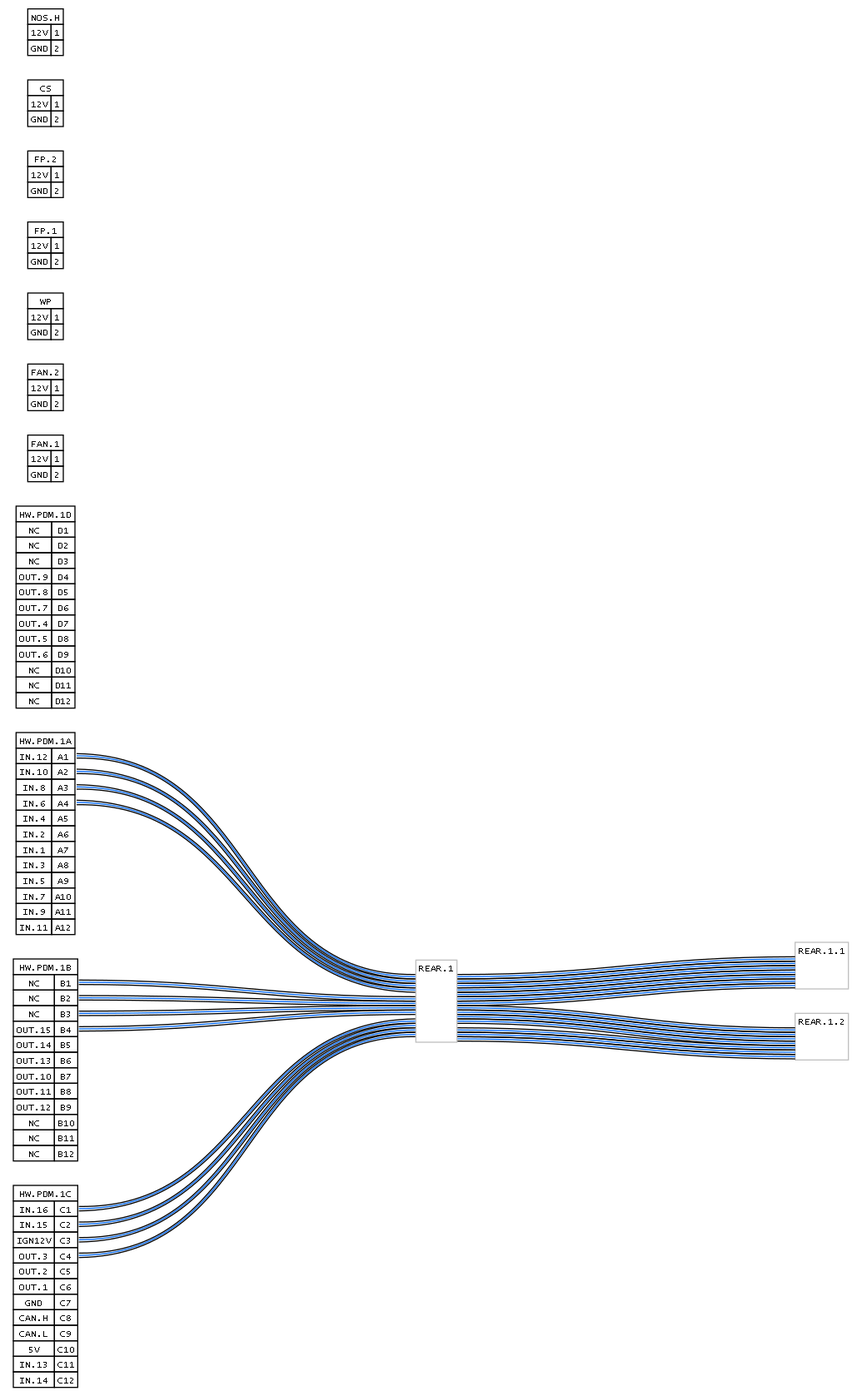
Above: out.gv.png in cmjdev/wiregen (Graphviz), before the change. Its source is kept beside it as out.gv.
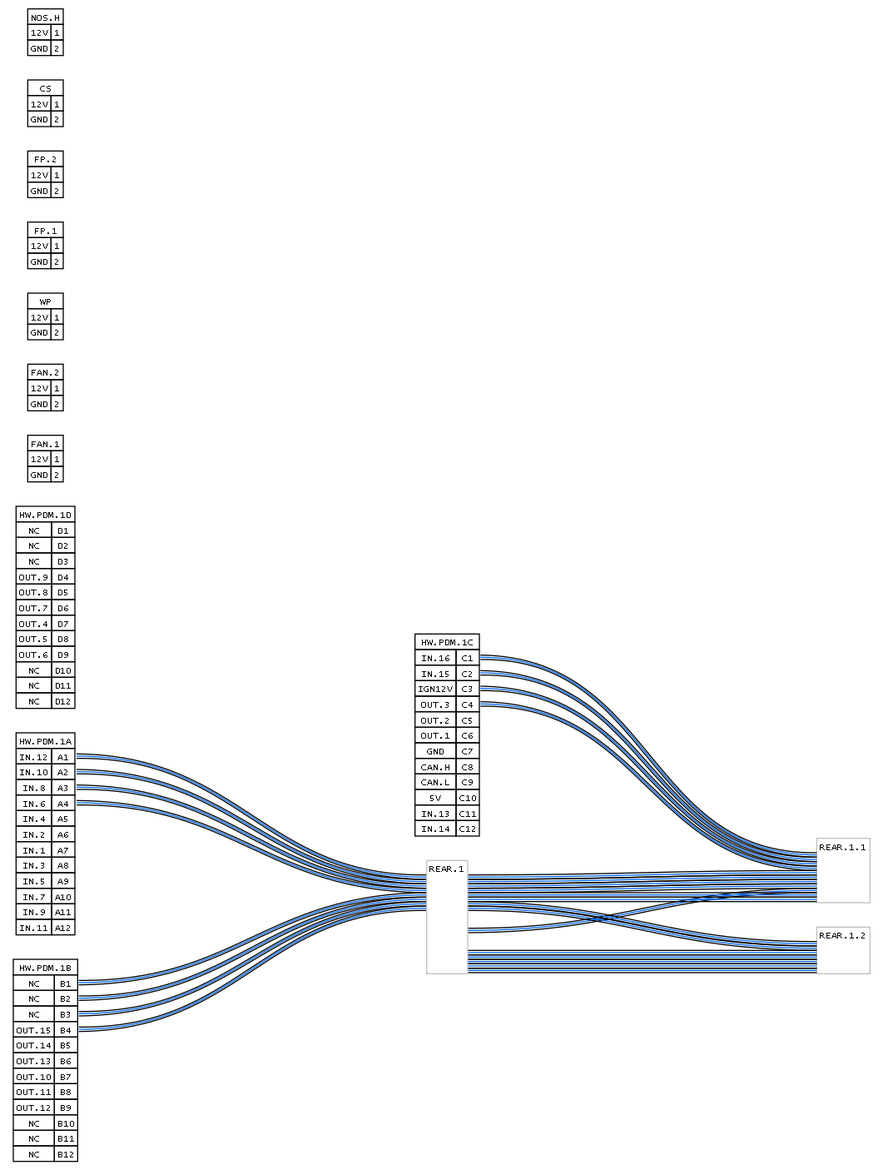
Above is the later version.

What changed in the source:
```diff
@@ -14,8 +14,8 @@
 "FP.2" [label = <<TABLE border="0" cellspacing="0" cellborder="1"><TR><TD colspan="2">FP.2</TD></TR><TR><TD PORT="1L">12V</TD><TD PORT="1R">1</TD></TR><TR><TD PORT="2L">GND</TD><TD PORT="2R">2</TD></TR></TABLE>>];
 "CS" [label = <<TABLE border="0" cellspacing="0" cellborder="1"><TR><TD colspan="2">CS</TD></TR><TR><TD PORT="1L">12V</TD><TD PORT="1R">1</TD></TR><TR><TD PORT="2L">GND</TD><TD PORT="2R">2</TD></TR></TABLE>>];
 "NOS.H" [label = <<TABLE border="0" cellspacing="0" cellborder="1"><TR><TD colspan="2">NOS.H</TD></TR><TR><TD PORT="1L">12V</TD><TD PORT="1R">1</TD></TR><TR><TD PORT="2L">GND</TD><TD PORT="2R">2</TD></TR></TABLE>>];
-"REAR.1" [label = <<TABLE border="1" cellspacing="0" color="grey" cellborder="0"><TR><TD colspan="2">REAR.1</TD></TR><TR><TD PORT="0L"></TD><TD PORT="0R"></TD></TR><TR><TD PORT="1L"></TD><TD PORT="1R"></TD></TR><TR><TD PORT="2L"></TD><TD PORT="2R"></TD></TR><TR><TD PORT="3L"></TD><TD PORT="3R"></TD></TR><TR><TD PORT="4L"></TD><TD PORT="4R"></TD></TR><TR><TD PORT="5L"></TD><TD PORT="5R"></TD></TR><TR><TD PORT="6L"></TD><TD PORT="6R"></TD></TR><TR><TD PORT="7L"></TD><TD PORT="7R"></TD></TR><TR><TD PORT="8L"></TD><TD PORT="8R"></TD></TR><TR><TD PORT="9L"></TD><TD PORT="9R"></TD></TR><TR><TD PORT="10L"></TD><TD PORT="10R"></TD></TR><TR><TD PORT="11L"></TD><TD PORT="11R"></TD></TR><TR><TD PORT="12L"></TD><TD PORT="12R"></TD></TR><TR><TD PORT="13L"></TD><TD PORT="13R"></TD></TR><TR><TD PORT="14L"></TD><TD PORT="14R"></TD></TR></TABLE>>];
-"REAR.1.1" [label = <<TABLE border="1" cellspacing="0" color="grey" cellborder="0"><TR><TD colspan="2">REAR.1.1</TD></TR><TR><TD PORT="0L"></TD><TD PORT="0R"></TD></TR><TR><TD PORT="1L"></TD><TD PORT="1R"></TD></TR><TR><TD PORT="2L"></TD><TD PORT="2R"></TD></TR><TR><TD PORT="3L"></TD><TD PORT="3R"></TD></TR><TR><TD PORT="4L"></TD><TD PORT="4R"></TD></TR><TR><TD PORT="5L"></TD><TD PORT="5R"></TD></TR><TR><TD PORT="6L"></TD><TD PORT="6R"></TD></TR></TABLE>>];
+"REAR.1" [label = <<TABLE border="1" cellspacing="0" color="grey" cellborder="0"><TR><TD colspan="2">REAR.1</TD></TR><TR><TD PORT="0L"></TD><TD PORT="0R"></TD></TR><TR><TD PORT="1L"></TD><TD PORT="1R"></TD></TR><TR><TD PORT="2L"></TD><TD PORT="2R"></TD></TR><TR><TD PORT="3L"></TD><TD PORT="3R"></TD></TR><TR><TD PORT="5L"></TD><TD PORT="5R"></TD></TR><TR><TD PORT="6L"></TD><TD PORT="6R"></TD></TR><TR><TD PORT="7L"></TD><TD PORT="7R"></TD></TR><TR><TD PORT="8L"></TD><TD PORT="8R"></TD></TR><TR><TD PORT="0L"></TD><TD PORT="0R"></TD></TR><TR><TD PORT="1L"></TD><TD PORT="1R"></TD></TR><TR><TD PORT="2L"></TD><TD PORT="2R"></TD></TR><TR><TD PORT="3L"></TD><TD PORT="3R"></TD></TR><TR><TD PORT="4L"></TD><TD PORT="4R"></TD></TR><TR><TD PORT="5L"></TD><TD PORT="5R"></TD></TR><TR><TD PORT="6L"></TD><TD PORT="6R"></TD></TR><TR><TD PORT="7L"></TD><TD PORT="7R"></TD></TR><TR><TD PORT="8L"></TD><TD PORT="8R"></TD></TR><TR><TD PORT="9L"></TD><TD PORT="9R"></TD></TR><TR><TD PORT="10L"></TD><TD PORT="10R"></TD></TR><TR><TD PORT="12L"></TD><TD PORT="12R"></TD></TR><TR><TD PORT="13L"></TD><TD PORT="13R"></TD></TR><TR><TD PORT="14L"></TD><TD PORT="14R"></TD></TR></TABLE>>];
+"REAR.1.1" [label = <<TABLE border="1" cellspacing="0" color="grey" cellborder="0"><TR><TD colspan="2">REAR.1.1</TD></TR><TR><TD PORT="10L"></TD><TD PORT="10R"></TD></TR><TR><TD PORT="11L"></TD><TD PORT="11R"></TD></TR><TR><TD PORT="12L"></TD><TD PORT="12R"></TD></TR><TR><TD PORT="13L"></TD><TD PORT="13R"></TD></TR><TR><TD PORT="0L"></TD><TD PORT="0R"></TD></TR><TR><TD PORT="1L"></TD><TD PORT="1R"></TD></TR><TR><TD PORT="2L"></TD><TD PORT="2R"></TD></TR><TR><TD PORT="3L"></TD><TD PORT="3R"></TD></TR><TR><TD PORT="4L"></TD><TD PORT="4R"></TD></TR><TR><TD PORT="5L"></TD><TD PORT="5R"></TD></TR><TR><TD PORT="6L"></TD><TD PORT="6R"></TD></TR></TABLE>>];
 "REAR.1.2" [label = <<TABLE border="1" cellspacing="0" color="grey" cellborder="0"><TR><TD colspan="2">REAR.1.2</TD></TR><TR><TD PORT="0L"></TD><TD PORT="0R"></TD></TR><TR><TD PORT="1L"></TD><TD PORT="1R"></TD></TR><TR><TD PORT="2L"></TD><TD PORT="2R"></TD></TR><TR><TD PORT="3L"></TD><TD PORT="3R"></TD></TR><TR><TD PORT="4L"></TD><TD PORT="4R"></TD></TR><TR><TD PORT="5L"></TD><TD PORT="5R"></TD></TR><TR><TD PORT="6L"></TD><TD PORT="6R"></TD></TR></TABLE>>];
 "HW.PDM.1A":"A1R" -- "REAR.1":"0L"
 "HW.PDM.1A":"A2R" -- "REAR.1":"1L"
@@ -25,10 +25,10 @@
 "HW.PDM.1B":"B2R" -- "REAR.1":"6L"
 "HW.PDM.1B":"B3R" -- "REAR.1":"7L"
 "HW.PDM.1B":"B4R" -- "REAR.1":"8L"
-"HW.PDM.1C":"C1R" -- "REAR.1":"10L"
-"HW.PDM.1C":"C2R" -- "REAR.1":"11L"
-"HW.PDM.1C":"C3R" -- "REAR.1":"12L"
-"HW.PDM.1C":"C4R" -- "REAR.1":"13L"
+"HW.PDM.1C":"C1R" -- "REAR.1.1":"10L"
+"HW.PDM.1C":"C2R" -- "REAR.1.1":"11L"
+"HW.PDM.1C":"C3R" -- "REAR.1.1":"12L"
+"HW.PDM.1C":"C4R" -- "REAR.1.1":"13L"
 "REAR.1":"0R" -- "REAR.1.1":"0L"
 "REAR.1":"1R" -- "REAR.1.1":"1L"
 "REAR.1":"2R" -- "REAR.1.1":"2L"
```
